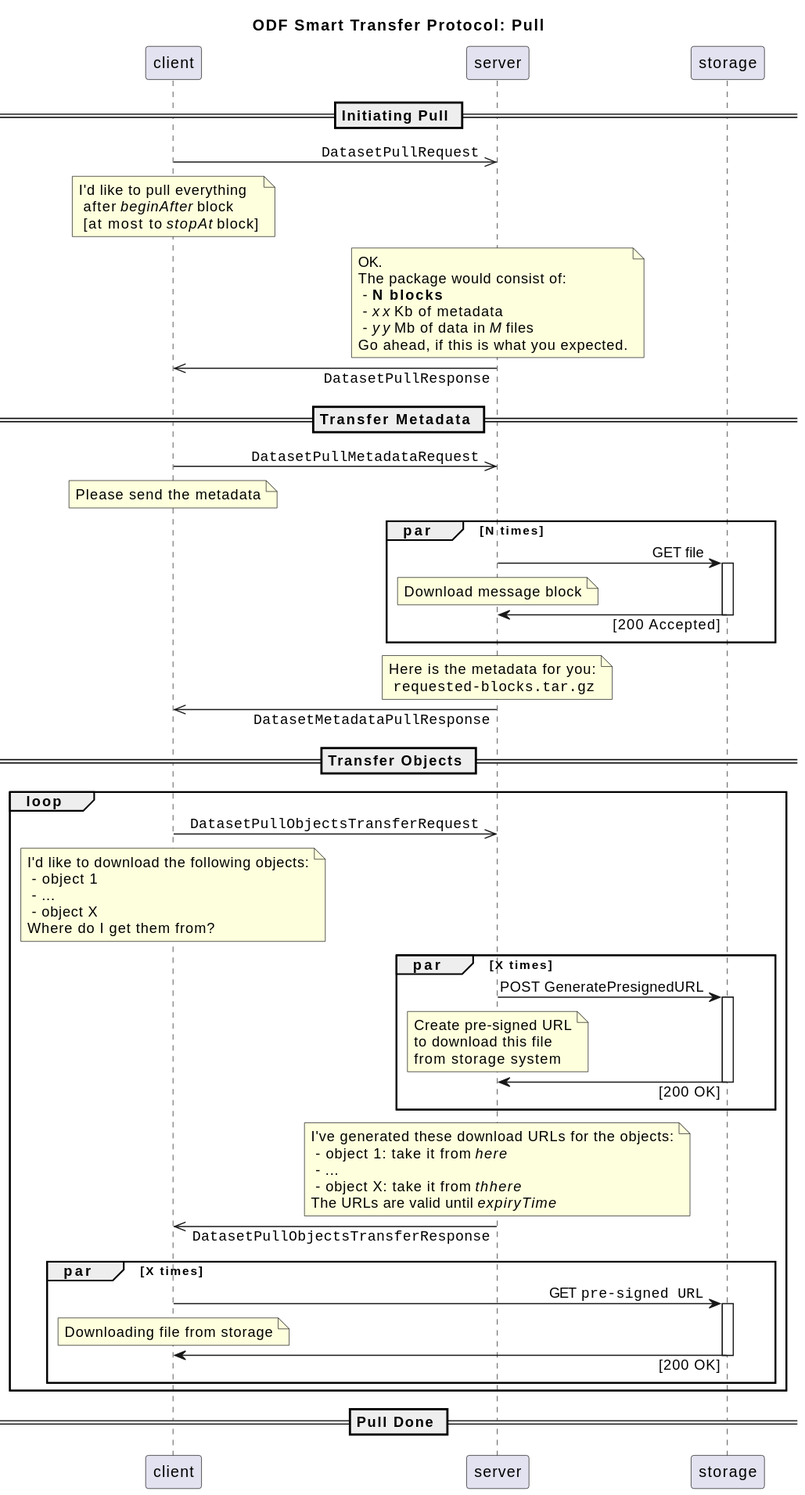
open-data-fabric/open-data-fabric keeps this PlantUML diagram as images/smart_transfer_protocol_pull.svg. Above is the earlier version. Its diagram source:
```plantuml
@startuml
title ODF Smart Transfer Protocol: Pull
skinparam sequenceMessageAlign right
skinparam responseMessageBelowArrow true
skinparam lifelineStrategy solid

== Initiating Pull ==
client ->> server: ""DatasetPullRequest""
note over client
    I'd like to pull everything
     after //beginAfter// block
     [at most to //stopAt// block]
end note
note over server
    OK.
    The package would consist of:
     - **N blocks**
     - //xx// Kb of metadata
     - //yy// Mb of data in //M// files
    Go ahead, if this is what you expected.
end note
server ->> client: ""DatasetPullResponse""

== Transfer Metadata ==
client ->> server: ""DatasetPullMetadataRequest""
note over client
    Please send the metadata
end note
par N times
    server -> storage: GET file
    activate storage
    note over server
       Download message block
    end note
    storage -> server: [200 Accepted]
    deactivate storage
end
note over server
    Here is the metadata for you:
     ""requested-blocks.tar.gz""
end note
server ->> client: ""DatasetMetadataPullResponse""

== Transfer Objects ==
loop
    client ->> server: ""DatasetPullObjectsTransferRequest""
    note over client
       I'd like to download the following objects:
        - object 1
        - ...
        - object X
       Where do I get them from?
    end note
    par X times
        server -> storage: POST GeneratePresignedURL
        activate storage
        note over server
           Create pre-signed URL
           to download this file
           from storage system
        end note
        storage -> server: [200 OK]
        deactivate storage
    end
    note over server
      I've generated these download URLs for the objects:
       - object 1: take it from //here//
       - ...
       - object X: take it from //thhere//
      The URLs are valid until //expiryTime//
    end note
    server ->> client: ""DatasetPullObjectsTransferResponse""
    par X times
        client -> storage: GET ""pre-signed URL""
        activate storage
        note over client
          Downloading file from storage
        end note
        storage -> client: [200 OK]
        deactivate storage
    end
end

== Pull Done ==
@enduml
```
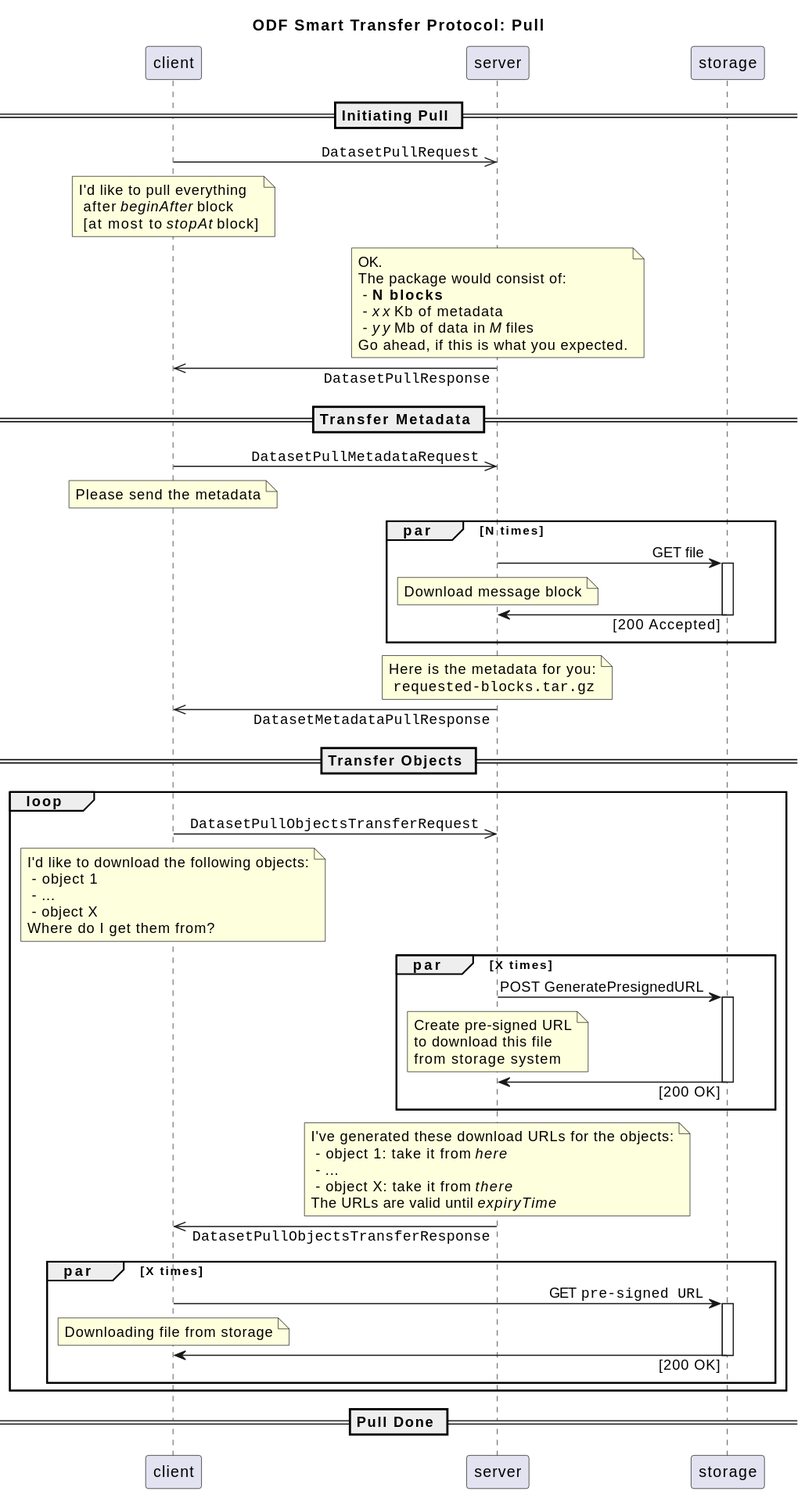
Above is the later version.

The edit, as a diff of the source:
```diff
@@ -66,7 +66,7 @@
       I've generated these download URLs for the objects:
        - object 1: take it from //here//
        - ...
-       - object X: take it from //thhere//
+       - object X: take it from //there//
       The URLs are valid until //expiryTime//
     end note
     server ->> client: ""DatasetPullObjectsTransferResponse""
```
